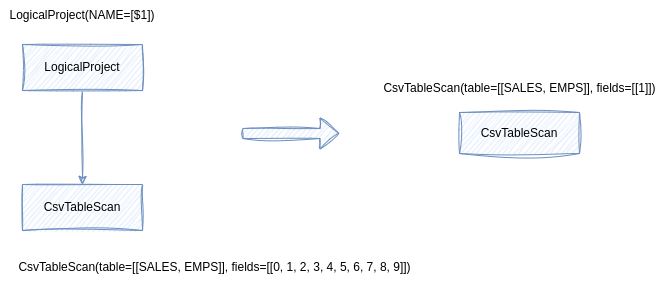
Before: Calcite 逻辑优化.png, a diagram exported from draw.io (strongduanmu/draw.io). Source tidied: cells renumbered, new cells last; positions are measured from the earlier drawing's top-left corner, leaving out a move shared by most shapes. The source it was exported from:
```xml
<mxGraphModel>
  <root>
    <mxCell id="0" />
    <mxCell id="1" parent="0" />
    <mxCell id="2" style="edgeStyle=orthogonalEdgeStyle;rounded=0;jettySize=auto;html=1;sketch=1;curveFitting=1;jiggle=2;fillColor=#dae8fc;strokeColor=#6c8ebf;" parent="1" edge="1" source="3" target="4">
      <mxGeometry relative="1" as="geometry" />
    </mxCell>
    <mxCell id="3" value="LogicalProject" style="rounded=0;whiteSpace=wrap;html=1;sketch=1;curveFitting=1;jiggle=2;fillColor=#dae8fc;strokeColor=#6c8ebf;" parent="1" vertex="1">
      <mxGeometry x="22" y="44" width="120" height="46" as="geometry" />
    </mxCell>
    <mxCell id="4" value="CsvTableScan" style="rounded=0;whiteSpace=wrap;html=1;sketch=1;curveFitting=1;jiggle=2;fillColor=#dae8fc;strokeColor=#6c8ebf;" parent="1" vertex="1">
      <mxGeometry x="22" y="184" width="120" height="46" as="geometry" />
    </mxCell>
    <mxCell id="5" style="shape=flexArrow;endArrow=classic;html=1;rounded=0;sketch=1;curveFitting=1;jiggle=2;fillColor=#dae8fc;strokeColor=#6c8ebf;" parent="1" edge="1">
      <mxGeometry relative="1" as="geometry">
        <mxPoint x="242" y="133" as="sourcePoint" />
        <mxPoint x="339" y="133" as="targetPoint" />
      </mxGeometry>
    </mxCell>
    <mxCell id="6" value="LogicalProject(NAME=[$1])" style="text;html=1;strokeColor=none;fillColor=none;align=center;verticalAlign=middle;whiteSpace=wrap;rounded=0;sketch=1;curveFitting=1;jiggle=2;" parent="1" vertex="1">
      <mxGeometry width="164" height="30" as="geometry" />
    </mxCell>
    <mxCell id="7" value="CsvTableScan(table=[[SALES, EMPS]], fields=[[0, 1, 2, 3, 4, 5, 6, 7, 8, 9]])" style="text;html=1;strokeColor=none;fillColor=none;align=center;verticalAlign=middle;whiteSpace=wrap;rounded=0;sketch=1;curveFitting=1;jiggle=2;" parent="1" vertex="1">
      <mxGeometry y="252" width="429" height="30" as="geometry" />
    </mxCell>
    <mxCell id="8" value="CsvTableScan" style="rounded=0;whiteSpace=wrap;html=1;sketch=1;curveFitting=1;jiggle=2;fillColor=#dae8fc;strokeColor=#6c8ebf;" parent="1" vertex="1">
      <mxGeometry x="459" y="112" width="120" height="41" as="geometry" />
    </mxCell>
    <mxCell id="9" value="CsvTableScan(table=[[SALES, EMPS]], fields=[[1]])" style="text;html=1;strokeColor=none;fillColor=none;align=center;verticalAlign=middle;whiteSpace=wrap;rounded=0;sketch=1;curveFitting=1;jiggle=2;" parent="1" vertex="1">
      <mxGeometry x="375.5" y="73" width="287" height="30" as="geometry" />
    </mxCell>
  </root>
</mxGraphModel>
```
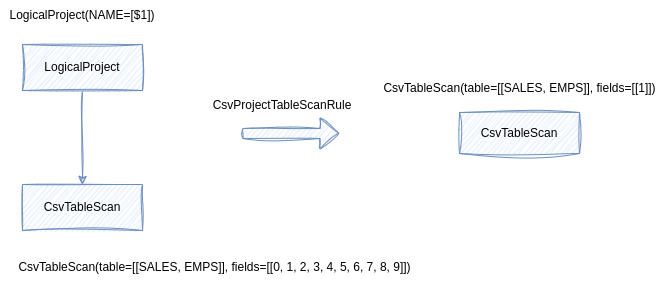
Later version of the same file.

Commit message:
更新Calcite 逻辑优化.png

Change to the diagram source:
```diff
@@ -29,5 +29,8 @@
     <mxCell id="9" value="CsvTableScan(table=[[SALES, EMPS]], fields=[[1]])" style="text;html=1;strokeColor=none;fillColor=none;align=center;verticalAlign=middle;whiteSpace=wrap;rounded=0;sketch=1;curveFitting=1;jiggle=2;" parent="1" vertex="1">
       <mxGeometry x="375.5" y="73" width="287" height="30" as="geometry" />
     </mxCell>
+    <mxCell id="10" value="CsvProjectTableScanRule" style="text;html=1;strokeColor=none;fillColor=none;align=center;verticalAlign=middle;whiteSpace=wrap;rounded=0;" parent="1" vertex="1">
+      <mxGeometry x="252" y="90" width="60" height="30" as="geometry" />
+    </mxCell>
   </root>
 </mxGraphModel>
```
